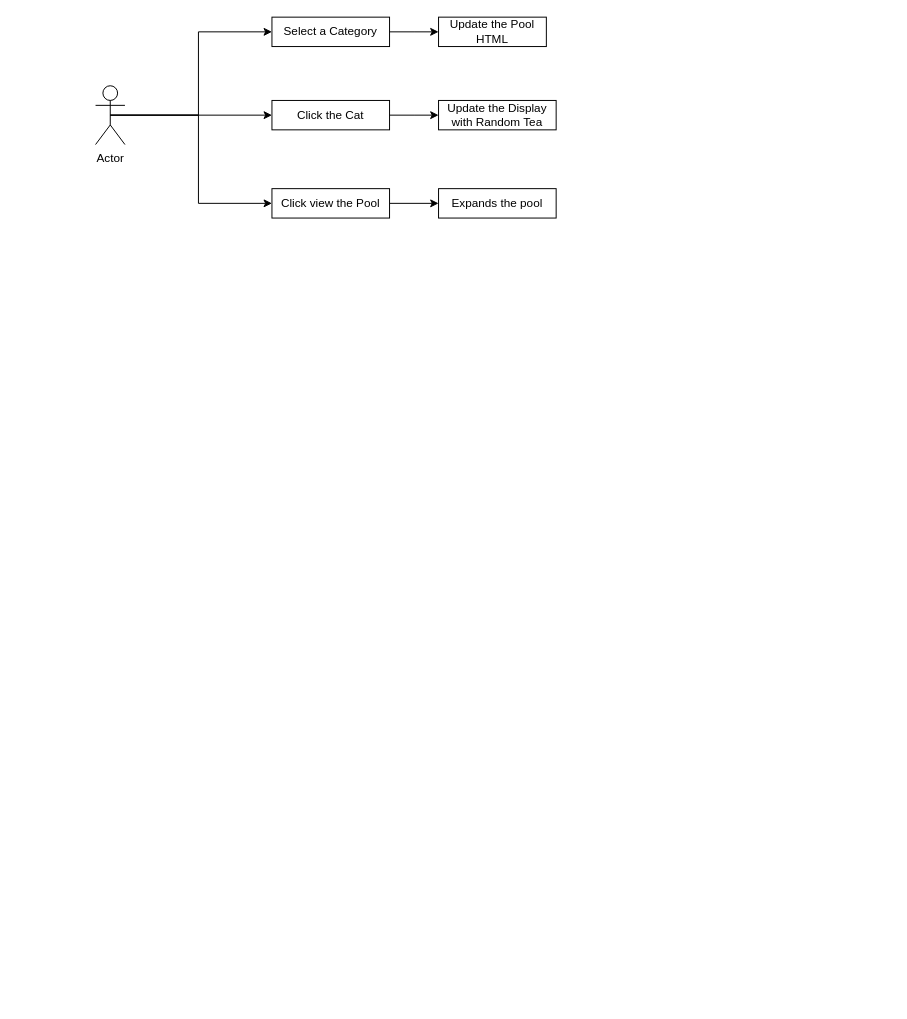
Peter-Kang/HappyEarthTeaPicker keeps this draw.io diagram as v5TramliteTeapicker.drawio. Above is the earlier version. Source tidied: cells renumbered, new cells numbered last; positions are measured from the earlier drawing's top-left corner, leaving out a move shared by most shapes. Both pictures are drawn from the tidied source at 98%, with x=0, y=0 at pixel (95, 17).
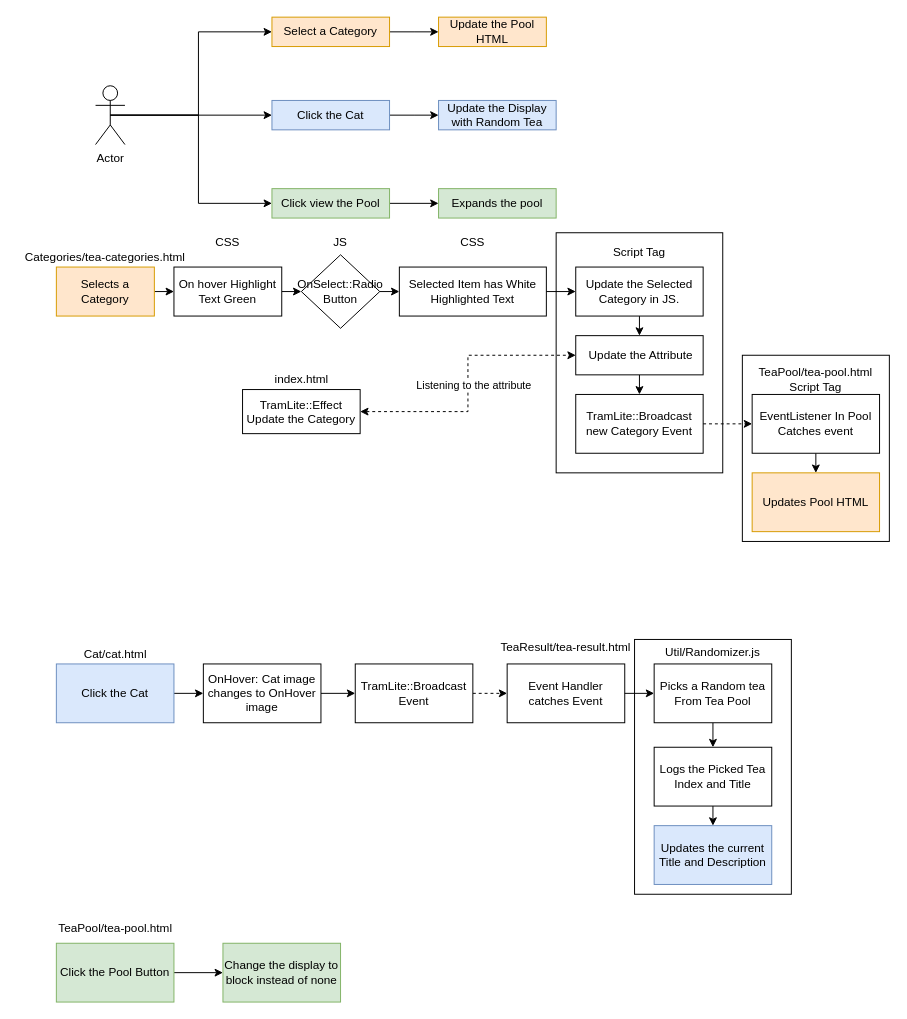
The same diagram, later.

What changed in the source:
```diff
@@
+    <mxCell id="15" style="rounded=0;whiteSpace=wrap;html=1;" parent="1" vertex="1">
+      <mxGeometry x="660" y="345" width="150" height="190" as="geometry" />
+    </mxCell>
@@
-    <mxCell id="7" value="Click the Cat" style="rounded=0;whiteSpace=wrap;html=1;" parent="1" vertex="1">
+    <mxCell id="7" value="Click the Cat" style="rounded=0;whiteSpace=wrap;html=1;fillColor=#dae8fc;strokeColor=#6c8ebf;" parent="1" vertex="1">
       <mxGeometry x="180" y="85" width="120" height="30" as="geometry" />
     </mxCell>
@@
-    <mxCell id="9" value="Click view the Pool" style="rounded=0;whiteSpace=wrap;html=1;" parent="1" vertex="1">
+    <mxCell id="9" value="Click view the Pool" style="rounded=0;whiteSpace=wrap;html=1;fillColor=#d5e8d4;strokeColor=#82b366;" parent="1" vertex="1">
       <mxGeometry x="180" y="175" width="120" height="30" as="geometry" />
     </mxCell>
@@
-    <mxCell id="11" value="Select a Category" style="rounded=0;whiteSpace=wrap;html=1;" parent="1" vertex="1">
+    <mxCell id="11" value="Select a Category" style="rounded=0;whiteSpace=wrap;html=1;fillColor=#ffe6cc;strokeColor=#d79b00;" parent="1" vertex="1">
       <mxGeometry x="180" width="120" height="30" as="geometry" />
     </mxCell>
-    <mxCell id="12" value="Update the Pool HTML" style="rounded=0;whiteSpace=wrap;html=1;" parent="1" vertex="1">
+    <mxCell id="12" value="Update the Pool HTML" style="rounded=0;whiteSpace=wrap;html=1;fillColor=#ffe6cc;strokeColor=#d79b00;" parent="1" vertex="1">
       <mxGeometry x="350" width="110" height="30" as="geometry" />
     </mxCell>
-    <mxCell id="13" value="Update the Display with Random Tea" style="rounded=0;whiteSpace=wrap;html=1;" parent="1" vertex="1">
+    <mxCell id="13" value="Update the Display with Random Tea" style="rounded=0;whiteSpace=wrap;html=1;fillColor=#dae8fc;strokeColor=#6c8ebf;" parent="1" vertex="1">
       <mxGeometry x="350" y="85" width="120" height="30" as="geometry" />
     </mxCell>
-    <mxCell id="14" value="Expands the pool" style="rounded=0;whiteSpace=wrap;html=1;" parent="1" vertex="1">
+    <mxCell id="14" value="Expands the pool" style="rounded=0;whiteSpace=wrap;html=1;fillColor=#d5e8d4;strokeColor=#82b366;" parent="1" vertex="1">
       <mxGeometry x="350" y="175" width="120" height="30" as="geometry" />
     </mxCell>
+    <mxCell id="16" style="edgeStyle=orthogonalEdgeStyle;rounded=0;jettySize=auto;html=1;exitX=1;exitY=0.5;exitDx=0;exitDy=0;entryX=0;entryY=0.5;entryDx=0;entryDy=0;" parent="1" edge="1" source="17" target="19">
+      <mxGeometry relative="1" as="geometry" />
+    </mxCell>
+    <mxCell id="17" value="Selects a Category" style="rounded=0;whiteSpace=wrap;html=1;fillColor=#ffe6cc;strokeColor=#d79b00;" parent="1" vertex="1">
+      <mxGeometry x="-40" y="255" width="100" height="50" as="geometry" />
+    </mxCell>
+    <mxCell id="18" style="edgeStyle=orthogonalEdgeStyle;rounded=0;jettySize=auto;html=1;exitX=1;exitY=0.5;exitDx=0;exitDy=0;entryX=0;entryY=0.5;entryDx=0;entryDy=0;" parent="1" edge="1" source="19" target="22">
+      <mxGeometry relative="1" as="geometry" />
+    </mxCell>
+    <mxCell id="19" value="On hover Highlight Text Green" style="rounded=0;whiteSpace=wrap;html=1;" parent="1" vertex="1">
+      <mxGeometry x="80" y="255" width="110" height="50" as="geometry" />
+    </mxCell>
+    <mxCell id="20" value="Selected Item has White Highlighted Text" style="rounded=0;whiteSpace=wrap;html=1;" parent="1" vertex="1">
+      <mxGeometry x="310" y="255" width="150" height="50" as="geometry" />
+    </mxCell>
+    <mxCell id="21" style="edgeStyle=orthogonalEdgeStyle;rounded=0;jettySize=auto;html=1;exitX=1;exitY=0.5;exitDx=0;exitDy=0;entryX=0;entryY=0.5;entryDx=0;entryDy=0;" parent="1" edge="1" source="22" target="20">
+      <mxGeometry relative="1" as="geometry" />
+    </mxCell>
+    <mxCell id="22" value="OnSelect::Radio Button" style="rhombus;whiteSpace=wrap;html=1;" parent="1" vertex="1">
+      <mxGeometry x="210" y="242.5" width="80" height="75" as="geometry" />
+    </mxCell>
+    <mxCell id="23" style="edgeStyle=orthogonalEdgeStyle;rounded=0;jettySize=auto;html=1;exitX=0.5;exitY=1;exitDx=0;exitDy=0;entryX=0.5;entryY=0;entryDx=0;entryDy=0;" parent="1" edge="1" source="24" target="25">
+      <mxGeometry relative="1" as="geometry" />
+    </mxCell>
+    <mxCell id="24" value="EventListener In Pool Catches event" style="rounded=0;whiteSpace=wrap;html=1;" parent="1" vertex="1">
+      <mxGeometry x="670" y="385" width="130" height="60" as="geometry" />
+    </mxCell>
+    <mxCell id="25" value="Updates Pool HTML" style="whiteSpace=wrap;html=1;fillColor=#ffe6cc;strokeColor=#d79b00;" parent="1" vertex="1">
+      <mxGeometry x="670" y="465" width="130" height="60" as="geometry" />
+    </mxCell>
+    <mxCell id="26" value="CSS" style="text;html=1;strokeColor=none;fillColor=none;align=center;verticalAlign=middle;whiteSpace=wrap;rounded=0;" parent="1" vertex="1">
+      <mxGeometry x="105" y="215" width="60" height="30" as="geometry" />
+    </mxCell>
+    <mxCell id="27" value="Categories/tea-categories.html" style="text;html=1;strokeColor=none;fillColor=none;align=center;verticalAlign=middle;whiteSpace=wrap;rounded=0;" parent="1" vertex="1">
+      <mxGeometry x="-80" y="235" width="180" height="20" as="geometry" />
+    </mxCell>
+    <mxCell id="28" value="JS" style="text;html=1;strokeColor=none;fillColor=none;align=center;verticalAlign=middle;whiteSpace=wrap;rounded=0;" parent="1" vertex="1">
+      <mxGeometry x="220" y="215" width="60" height="30" as="geometry" />
+    </mxCell>
+    <mxCell id="29" value="CSS" style="text;html=1;strokeColor=none;fillColor=none;align=center;verticalAlign=middle;whiteSpace=wrap;rounded=0;" parent="1" vertex="1">
+      <mxGeometry x="355" y="215" width="60" height="30" as="geometry" />
+    </mxCell>
+    <mxCell id="30" value="TeaPool/tea-pool.html&lt;br&gt;Script Tag" style="text;html=1;strokeColor=none;fillColor=none;align=center;verticalAlign=middle;whiteSpace=wrap;rounded=0;" parent="1" vertex="1">
+      <mxGeometry x="670" y="355" width="130" height="30" as="geometry" />
+    </mxCell>
+    <mxCell id="31" style="edgeStyle=orthogonalEdgeStyle;rounded=0;jettySize=auto;html=1;exitX=1;exitY=0.5;exitDx=0;exitDy=0;entryX=0;entryY=0.5;entryDx=0;entryDy=0;" parent="1" edge="1" source="32" target="34">
+      <mxGeometry relative="1" as="geometry" />
+    </mxCell>
+    <mxCell id="32" value="Click the Cat" style="rounded=0;whiteSpace=wrap;html=1;fillColor=#dae8fc;strokeColor=#6c8ebf;" parent="1" vertex="1">
+      <mxGeometry x="-40" y="660" width="120" height="60" as="geometry" />
+    </mxCell>
+    <mxCell id="33" style="edgeStyle=orthogonalEdgeStyle;rounded=0;jettySize=auto;html=1;exitX=1;exitY=0.5;exitDx=0;exitDy=0;entryX=0;entryY=0.5;entryDx=0;entryDy=0;" parent="1" edge="1" source="34" target="36">
+      <mxGeometry relative="1" as="geometry" />
+    </mxCell>
+    <mxCell id="34" value="OnHover: Cat image changes to OnHover image" style="rounded=0;whiteSpace=wrap;html=1;" parent="1" vertex="1">
+      <mxGeometry x="110" y="660" width="120" height="60" as="geometry" />
+    </mxCell>
+    <mxCell id="35" style="edgeStyle=orthogonalEdgeStyle;rounded=0;jettySize=auto;html=1;exitX=1;exitY=0.5;exitDx=0;exitDy=0;entryX=0;entryY=0.5;entryDx=0;entryDy=0;dashed=1;" parent="1" edge="1" source="36" target="37">
+      <mxGeometry relative="1" as="geometry" />
+    </mxCell>
+    <mxCell id="36" value="TramLite::Broadcast Event" style="rounded=0;whiteSpace=wrap;html=1;" parent="1" vertex="1">
+      <mxGeometry x="265" y="660" width="120" height="60" as="geometry" />
+    </mxCell>
+    <mxCell id="37" value="Event Handler catches Event" style="rounded=0;whiteSpace=wrap;html=1;" parent="1" vertex="1">
+      <mxGeometry x="420" y="660" width="120" height="60" as="geometry" />
+    </mxCell>
+    <mxCell id="38" style="rounded=0;whiteSpace=wrap;html=1;align=center;" parent="1" vertex="1">
+      <mxGeometry x="550" y="635" width="160" height="260" as="geometry" />
+    </mxCell>
+    <mxCell id="39" style="edgeStyle=orthogonalEdgeStyle;rounded=0;jettySize=auto;html=1;exitX=1;exitY=0.5;exitDx=0;exitDy=0;entryX=0;entryY=0.5;entryDx=0;entryDy=0;" parent="1" edge="1" source="37" target="43">
+      <mxGeometry relative="1" as="geometry" />
+    </mxCell>
+    <mxCell id="40" value="TeaResult/tea-result.html" style="text;html=1;strokeColor=none;fillColor=none;align=center;verticalAlign=middle;whiteSpace=wrap;rounded=0;" parent="1" vertex="1">
+      <mxGeometry x="410" y="625" width="140" height="35" as="geometry" />
+    </mxCell>
+    <mxCell id="41" style="rounded=0;whiteSpace=wrap;html=1;" parent="1" vertex="1">
+      <mxGeometry x="470" y="220" width="170" height="245" as="geometry" />
+    </mxCell>
+    <mxCell id="42" style="edgeStyle=orthogonalEdgeStyle;rounded=0;jettySize=auto;html=1;exitX=0.5;exitY=1;exitDx=0;exitDy=0;entryX=0.5;entryY=0;entryDx=0;entryDy=0;" parent="1" edge="1" source="43" target="46">
+      <mxGeometry relative="1" as="geometry" />
+    </mxCell>
+    <mxCell id="43" value="Picks a Random tea From Tea Pool" style="rounded=0;whiteSpace=wrap;html=1;" parent="1" vertex="1">
+      <mxGeometry x="570" y="660" width="120" height="60" as="geometry" />
+    </mxCell>
+    <mxCell id="44" value="Util/Randomizer.js" style="text;html=1;strokeColor=none;fillColor=none;align=center;verticalAlign=middle;whiteSpace=wrap;rounded=0;" parent="1" vertex="1">
+      <mxGeometry x="580" y="635" width="100" height="25" as="geometry" />
+    </mxCell>
+    <mxCell id="45" style="edgeStyle=orthogonalEdgeStyle;rounded=0;jettySize=auto;html=1;exitX=0.5;exitY=1;exitDx=0;exitDy=0;entryX=0.5;entryY=0;entryDx=0;entryDy=0;" parent="1" edge="1" source="46" target="47">
+      <mxGeometry relative="1" as="geometry" />
+    </mxCell>
+    <mxCell id="46" value="Logs the Picked Tea Index and Title" style="rounded=0;whiteSpace=wrap;html=1;" parent="1" vertex="1">
+      <mxGeometry x="570" y="745" width="120" height="60" as="geometry" />
+    </mxCell>
+    <mxCell id="47" value="Updates the current Title and Description" style="rounded=0;whiteSpace=wrap;html=1;fillColor=#dae8fc;strokeColor=#6c8ebf;" parent="1" vertex="1">
+      <mxGeometry x="570" y="825" width="120" height="60" as="geometry" />
+    </mxCell>
+    <mxCell id="48" value="Cat/cat.html" style="text;html=1;align=center;verticalAlign=middle;strokeColor=none;fillColor=none;" parent="1" vertex="1">
+      <mxGeometry x="-25" y="635" width="90" height="30" as="geometry" />
+    </mxCell>
+    <mxCell id="49" style="edgeStyle=orthogonalEdgeStyle;rounded=0;jettySize=auto;html=1;exitX=0.5;exitY=1;exitDx=0;exitDy=0;entryX=0.5;entryY=0;entryDx=0;entryDy=0;" parent="1" edge="1" source="50" target="53">
+      <mxGeometry relative="1" as="geometry" />
+    </mxCell>
+    <mxCell id="50" value="Update the Selected Category in JS." style="rounded=0;whiteSpace=wrap;html=1;" parent="1" vertex="1">
+      <mxGeometry x="490" y="255" width="130" height="50" as="geometry" />
+    </mxCell>
+    <mxCell id="51" style="edgeStyle=orthogonalEdgeStyle;rounded=0;jettySize=auto;html=1;exitX=0.5;exitY=1;exitDx=0;exitDy=0;entryX=0.5;entryY=0;entryDx=0;entryDy=0;" parent="1" edge="1" source="53" target="54">
+      <mxGeometry relative="1" as="geometry" />
+    </mxCell>
+    <mxCell id="52" style="edgeStyle=orthogonalEdgeStyle;rounded=0;jettySize=auto;html=1;exitX=0;exitY=0.5;exitDx=0;exitDy=0;entryX=1;entryY=0.5;entryDx=0;entryDy=0;strokeColor=none;startArrow=classic;startFill=1;" parent="1" edge="1" source="53" target="60">
+      <mxGeometry relative="1" as="geometry" />
+    </mxCell>
+    <mxCell id="53" value="&amp;nbsp;Update the Attribute" style="rounded=0;whiteSpace=wrap;html=1;" parent="1" vertex="1">
+      <mxGeometry x="490" y="325" width="130" height="40" as="geometry" />
+    </mxCell>
+    <mxCell id="54" value="TramLite::Broadcast new Category Event" style="rounded=0;whiteSpace=wrap;html=1;" parent="1" vertex="1">
+      <mxGeometry x="490" y="385" width="130" height="60" as="geometry" />
+    </mxCell>
+    <mxCell id="55" value="Script Tag" style="text;html=1;strokeColor=none;fillColor=none;align=center;verticalAlign=middle;whiteSpace=wrap;rounded=0;" parent="1" vertex="1">
+      <mxGeometry x="525" y="225" width="60" height="30" as="geometry" />
+    </mxCell>
+    <mxCell id="56" style="edgeStyle=orthogonalEdgeStyle;rounded=0;jettySize=auto;html=1;exitX=1;exitY=0.5;exitDx=0;exitDy=0;entryX=0;entryY=0.5;entryDx=0;entryDy=0;dashed=1;" parent="1" edge="1" source="54" target="24">
+      <mxGeometry relative="1" as="geometry" />
+    </mxCell>
+    <mxCell id="57" style="edgeStyle=orthogonalEdgeStyle;rounded=0;jettySize=auto;html=1;exitX=1;exitY=0.5;exitDx=0;exitDy=0;entryX=0;entryY=0.5;entryDx=0;entryDy=0;" parent="1" edge="1" source="20" target="50">
+      <mxGeometry relative="1" as="geometry" />
+    </mxCell>
+    <mxCell id="58" style="edgeStyle=orthogonalEdgeStyle;rounded=0;jettySize=auto;html=1;exitX=1;exitY=0.5;exitDx=0;exitDy=0;entryX=0;entryY=0.5;entryDx=0;entryDy=0;startArrow=classic;startFill=1;dashed=1;" parent="1" edge="1" source="60" target="53">
+      <mxGeometry relative="1" as="geometry" />
+    </mxCell>
+    <mxCell id="59" value="Listening to the attribute" style="edgeLabel;html=1;align=center;verticalAlign=middle;" parent="58" vertex="1">
+      <mxGeometry x="-0.2" y="4" relative="1" as="geometry">
+        <mxPoint x="9" y="-26" as="offset" />
+      </mxGeometry>
+    </mxCell>
+    <mxCell id="60" value="TramLite::Effect Update the Category" style="rounded=0;whiteSpace=wrap;html=1;" parent="1" vertex="1">
+      <mxGeometry x="150" y="380" width="120" height="45" as="geometry" />
+    </mxCell>
+    <mxCell id="61" value="index.html" style="text;html=1;align=center;verticalAlign=middle;strokeColor=none;fillColor=none;" parent="1" vertex="1">
+      <mxGeometry x="170" y="355" width="80" height="30" as="geometry" />
+    </mxCell>
+    <mxCell id="62" style="edgeStyle=orthogonalEdgeStyle;rounded=0;jettySize=auto;html=1;exitX=1;exitY=0.5;exitDx=0;exitDy=0;entryX=0;entryY=0.5;entryDx=0;entryDy=0;" parent="1" edge="1" source="63" target="64">
+      <mxGeometry relative="1" as="geometry" />
+    </mxCell>
+    <mxCell id="63" value="Click the Pool Button" style="rounded=0;whiteSpace=wrap;html=1;fillColor=#d5e8d4;strokeColor=#82b366;" parent="1" vertex="1">
+      <mxGeometry x="-40" y="945" width="120" height="60" as="geometry" />
+    </mxCell>
+    <mxCell id="64" value="Change the display to block instead of none" style="rounded=0;whiteSpace=wrap;html=1;fillColor=#d5e8d4;strokeColor=#82b366;" parent="1" vertex="1">
+      <mxGeometry x="130" y="945" width="120" height="60" as="geometry" />
+    </mxCell>
+    <mxCell id="65" value="TeaPool/tea-pool.html" style="text;html=1;align=center;verticalAlign=middle;strokeColor=none;fillColor=none;" parent="1" vertex="1">
+      <mxGeometry x="-50" y="915" width="140" height="30" as="geometry" />
+    </mxCell>
```
